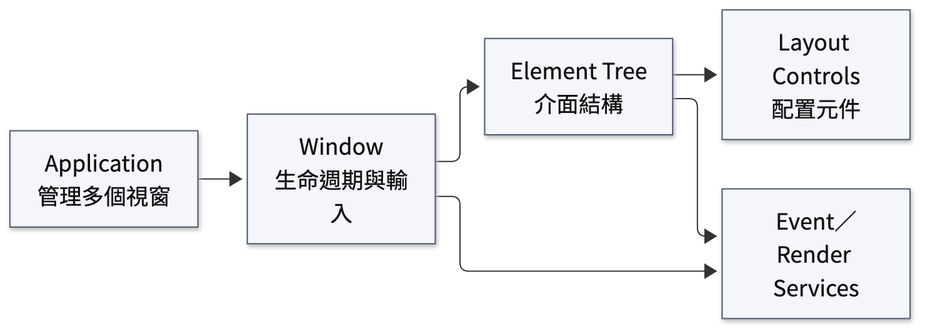
Above: docs/figures/app_a_gui-classes.png in YuanOwO/CG-hw1-paint (Mermaid), before the change. Its source is kept beside it as docs/figures-src/app_a_gui-classes.mmd.
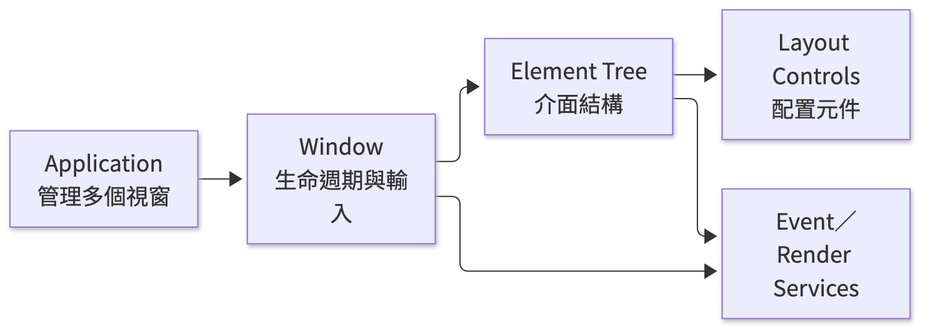
Later version of the same file.

Diff of the diagram source:
```diff
@@ -9,6 +9,3 @@
     tree --> layout
     window --> services
     tree --> services
-
-    classDef component fill:#f4f6fb,stroke:#49566b,color:#111,stroke-width:1px;
-    class app,window,tree,layout,services component;
```
